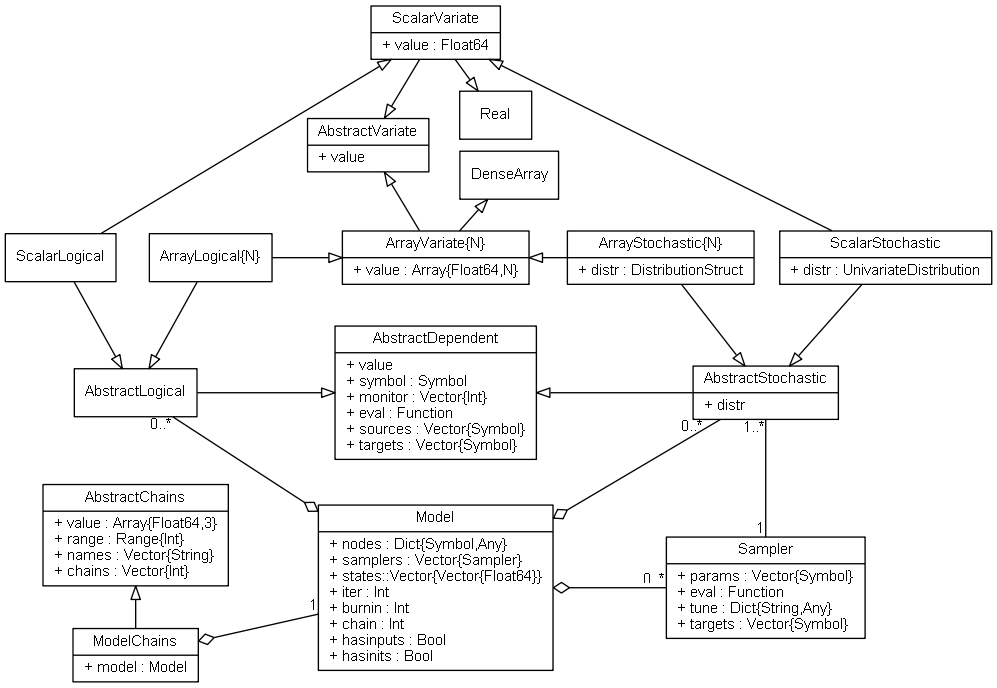
Earlier version of the Graphviz export doc/images/mcmcUML.png (brian-j-smith/Mamba.jl). Its source is kept beside it as doc/images/mcmcUML.dot.
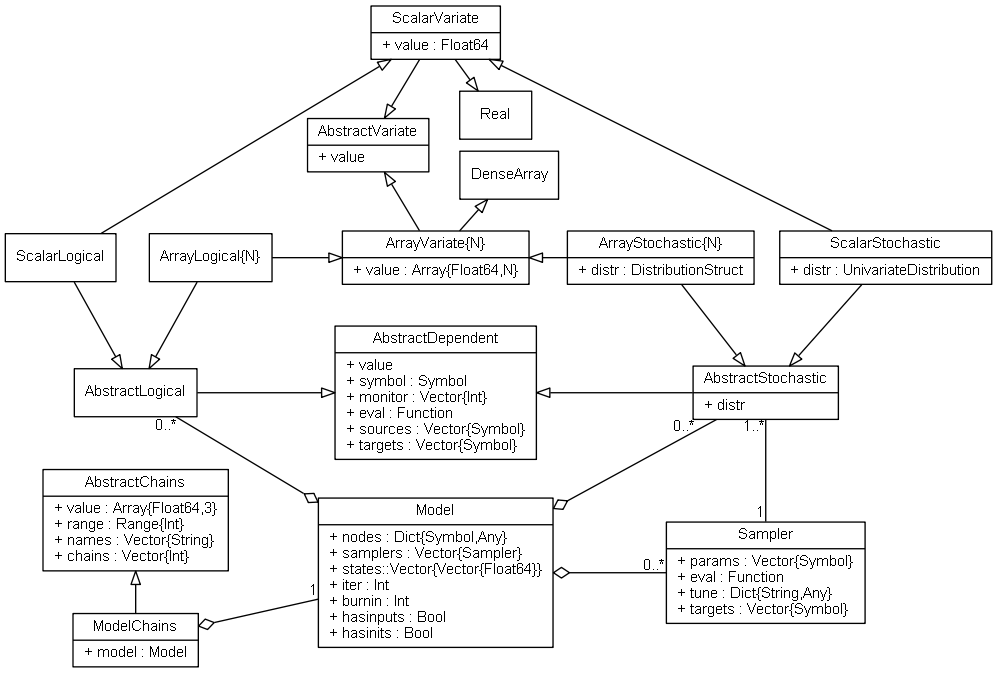
After the change.

Commit message:
Remove chain field from Model type.

Diff of the diagram source:
```diff
@@ -32,13 +32,13 @@
 
     ScalarVariate [label = "{ScalarVariate|+ value : Float64\l}", pos="275,665"]
 
-    Model [label = "{Model|+ nodes : Dict\{Symbol,Any\}\l+ samplers : Vector\{Sampler\}\l+ states::Vector\{Vector\{Float64\}\}\l+ iter : Int\l+ burnin : Int\l+ chain : Int\l+ hasinputs : Bool\l+ hasinits : Bool\l}", pos="275,295"]
+    Model [label = "{Model|+ nodes : Dict\{Symbol,Any\}\l+ samplers : Vector\{Sampler\}\l+ states::Vector\{Vector\{Float64\}\}\l+ iter : Int\l+ burnin : Int\l+ hasinputs : Bool\l+ hasinits : Bool\l}", pos="275,305"]
 
-    Sampler [label = "{Sampler|+ params : Vector\{Symbol\}\l+ eval : Function\l+ tune : Dict\{String,Any\}\l+ targets : Vector\{Symbol\}\l}", pos="495,295"]
+    Sampler [label = "{Sampler|+ params : Vector\{Symbol\}\l+ eval : Function\l+ tune : Dict\{String,Any\}\l+ targets : Vector\{Symbol\}\l}", pos="495,305"]
 
-    AbstractChains  [label = "{AbstractChains|+ value : Array\{Float64,3\}\l+ range : Range\{Int\}\l+ names : Vector\{String\}\l+ chains : Vector\{Int\}\l}", pos="75,330"]
+    AbstractChains  [label = "{AbstractChains|+ value : Array\{Float64,3\}\l+ range : Range\{Int\}\l+ names : Vector\{String\}\l+ chains : Vector\{Int\}\l}", pos="75,340"]
 
-    ModelChains [label = "{ModelChains|+ model : Model\l}", pos="75,250"]
+    ModelChains [label = "{ModelChains|+ model : Model\l}", pos="75,260"]
 
     Real -- ScalarVariate [arrowtail = empty]
     DenseArray -- ArrayVariate [arrowtail = empty]
@@ -58,9 +58,9 @@
     ScalarVariate -- ScalarStochastic [arrowtail = empty]
 
     Sampler -- AbstractStochastic [taillabel = "1", headlabel = "1..*"]
-    Model -- Sampler [arrowtail = odiamond, headlabel = "0..*"]
-    Model -- AbstractLogical [arrowtail = odiamond, headlabel = "0..*"]
-    Model -- AbstractStochastic [arrowtail = odiamond, headlabel = "0..*", labeldistance = 2.2, labelangle = -15]
+    Model -- Sampler [arrowtail = odiamond, headlabel = "0..*", labeldistance = 1.0, labelangle = -30]
+    Model -- AbstractLogical [arrowtail = odiamond, headlabel = "0..*", labeldistance = 1.0, labelangle = -105]
+    Model -- AbstractStochastic [arrowtail = odiamond, headlabel = "0..*", labeldistance = 2.5, labelangle = -15]
     ModelChains -- Model [arrowtail = odiamond, headlabel = "1"]
 
 }
```
